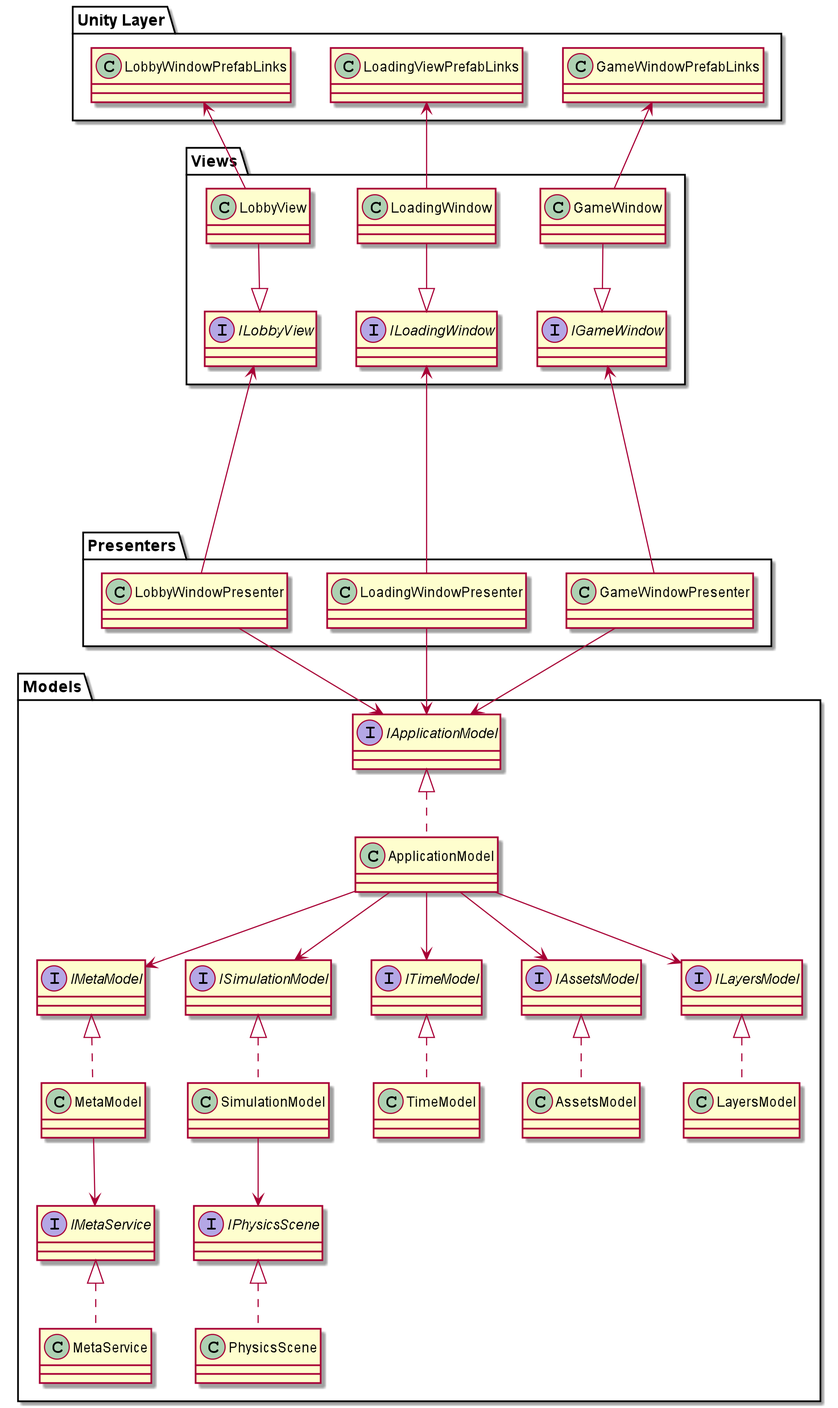
Before: Graphs/AppGraph.png, a diagram exported from PlantUML (hexgrimm/SampleProject).
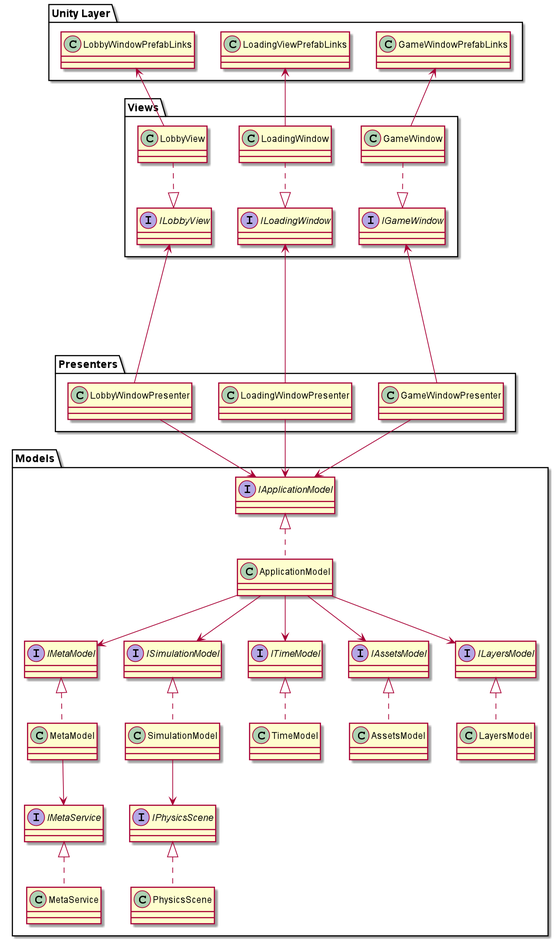
After the change.

Diff of the diagram source:
```diff
@@ -43,9 +43,9 @@
     class LobbyView
     interface ILobbyView
 
-    ILobbyView <|-u- LobbyView
-    IGameWindow <|-u- GameWindow
-    ILoadingWindow <|-u- LoadingWindow
+    ILobbyView <|-u. LobbyView
+    IGameWindow <|-u. GameWindow
+    ILoadingWindow <|-u. LoadingWindow
 
     GameWindowPresenter --up--> IGameWindow
     LoadingWindowPresenter --up--> ILoadingWindow
```
